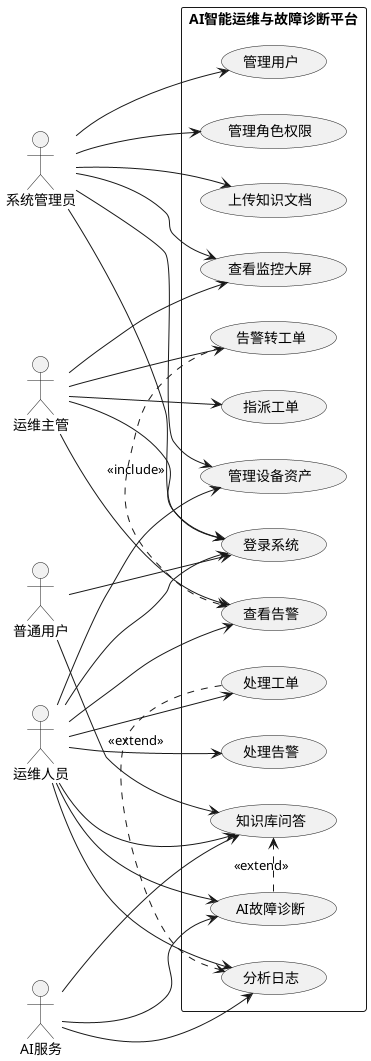
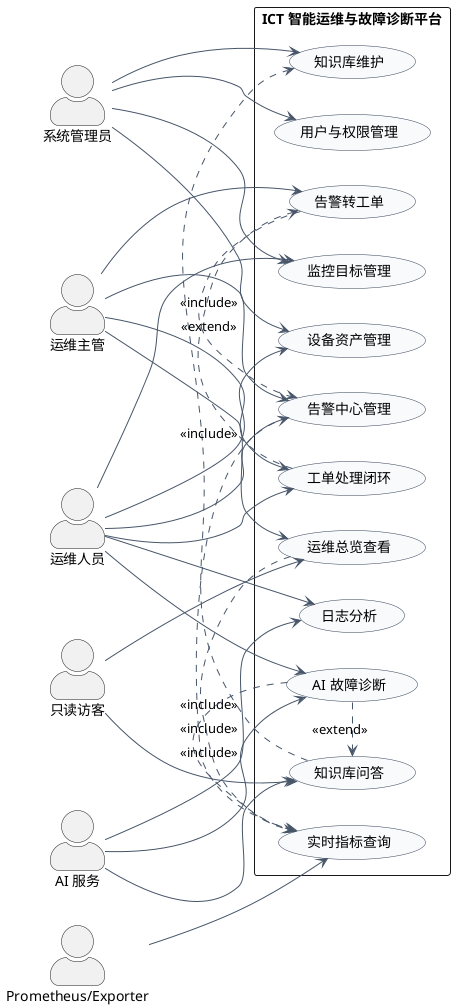
@startuml
left to right direction
skinparam packageStyle rectangle
+ skinparam actorStyle awesome
+ skinparam shadowing false
+ skinparam usecase {
+   BackgroundColor #F8FAFC
+   BorderColor #334155
+   ArrowColor #475569
+ }

actor "系统管理员" as Admin
actor "运维主管" as Manager
actor "运维人员" as Operator
- actor "普通用户" as User
- actor "AI服务" as AI
+ actor "只读访客" as Viewer
+ actor "Prometheus/Exporter" as Collector
+ actor "AI 服务" as AI

- rectangle "AI智能运维与故障诊断平台" {
-   usecase "登录系统" as UC_Login
-   usecase "管理用户" as UC_User
-   usecase "管理角色权限" as UC_Role
-   usecase "管理设备资产" as UC_Device
-   usecase "查看监控大屏" as UC_Dashboard
-   usecase "查看告警" as UC_AlarmView
-   usecase "处理告警" as UC_AlarmHandle
-   usecase "告警转工单" as UC_AlarmToOrder
-   usecase "指派工单" as UC_Assign
-   usecase "处理工单" as UC_OrderHandle
-   usecase "分析日志" as UC_Log
-   usecase "AI故障诊断" as UC_Diagnose
-   usecase "上传知识文档" as UC_Upload
+ rectangle "ICT 智能运维与故障诊断平台" {
+   usecase "用户与权限管理" as UC_AUTH
+   usecase "设备资产管理" as UC_DEVICE
+   usecase "监控目标管理" as UC_TARGET
+   usecase "运维总览查看" as UC_DASHBOARD
+   usecase "实时指标查询" as UC_METRIC
+   usecase "告警中心管理" as UC_ALARM
+   usecase "告警转工单" as UC_ALARM_TICKET
+   usecase "工单处理闭环" as UC_TICKET
+   usecase "日志分析" as UC_LOG
+   usecase "AI 故障诊断" as UC_DIAGNOSIS
+   usecase "知识库维护" as UC_KNOWLEDGE
  usecase "知识库问答" as UC_QA
}

- Admin --> UC_Login
- Admin --> UC_User
- Admin --> UC_Role
- Admin --> UC_Device
- Admin --> UC_Upload
- Admin --> UC_Dashboard
+ Admin --> UC_AUTH
+ Admin --> UC_DEVICE
+ Admin --> UC_TARGET
+ Admin --> UC_KNOWLEDGE

- Manager --> UC_Login
- Manager --> UC_Dashboard
- Manager --> UC_AlarmView
- Manager --> UC_AlarmToOrder
- Manager --> UC_Assign
+ Manager --> UC_DASHBOARD
+ Manager --> UC_ALARM
+ Manager --> UC_ALARM_TICKET
+ Manager --> UC_TICKET

- Operator --> UC_Login
- Operator --> UC_Device
- Operator --> UC_AlarmView
- Operator --> UC_AlarmHandle
- Operator --> UC_OrderHandle
- Operator --> UC_Log
- Operator --> UC_Diagnose
- Operator --> UC_QA
+ Operator --> UC_DEVICE
+ Operator --> UC_TARGET
+ Operator --> UC_ALARM
+ Operator --> UC_TICKET
+ Operator --> UC_LOG
+ Operator --> UC_DIAGNOSIS

- User --> UC_Login
- User --> UC_QA
+ Viewer --> UC_DASHBOARD
+ Viewer --> UC_QA

- AI --> UC_Log
- AI --> UC_Diagnose
+ Collector --> UC_METRIC
+ AI --> UC_LOG
+ AI --> UC_DIAGNOSIS
AI --> UC_QA

- UC_AlarmToOrder .> UC_AlarmView : <<include>>
- UC_OrderHandle .> UC_Log : <<extend>>
- UC_Diagnose .> UC_QA : <<extend>>
+ UC_DASHBOARD .> UC_METRIC : <<include>>
+ UC_ALARM .> UC_METRIC : <<include>>
+ UC_ALARM_TICKET .> UC_ALARM : <<include>>
+ UC_TICKET .> UC_ALARM_TICKET : <<extend>>
+ UC_DIAGNOSIS .> UC_METRIC : <<include>>
+ UC_DIAGNOSIS .> UC_QA : <<extend>>
+ UC_QA .> UC_KNOWLEDGE : <<include>>
@enduml
